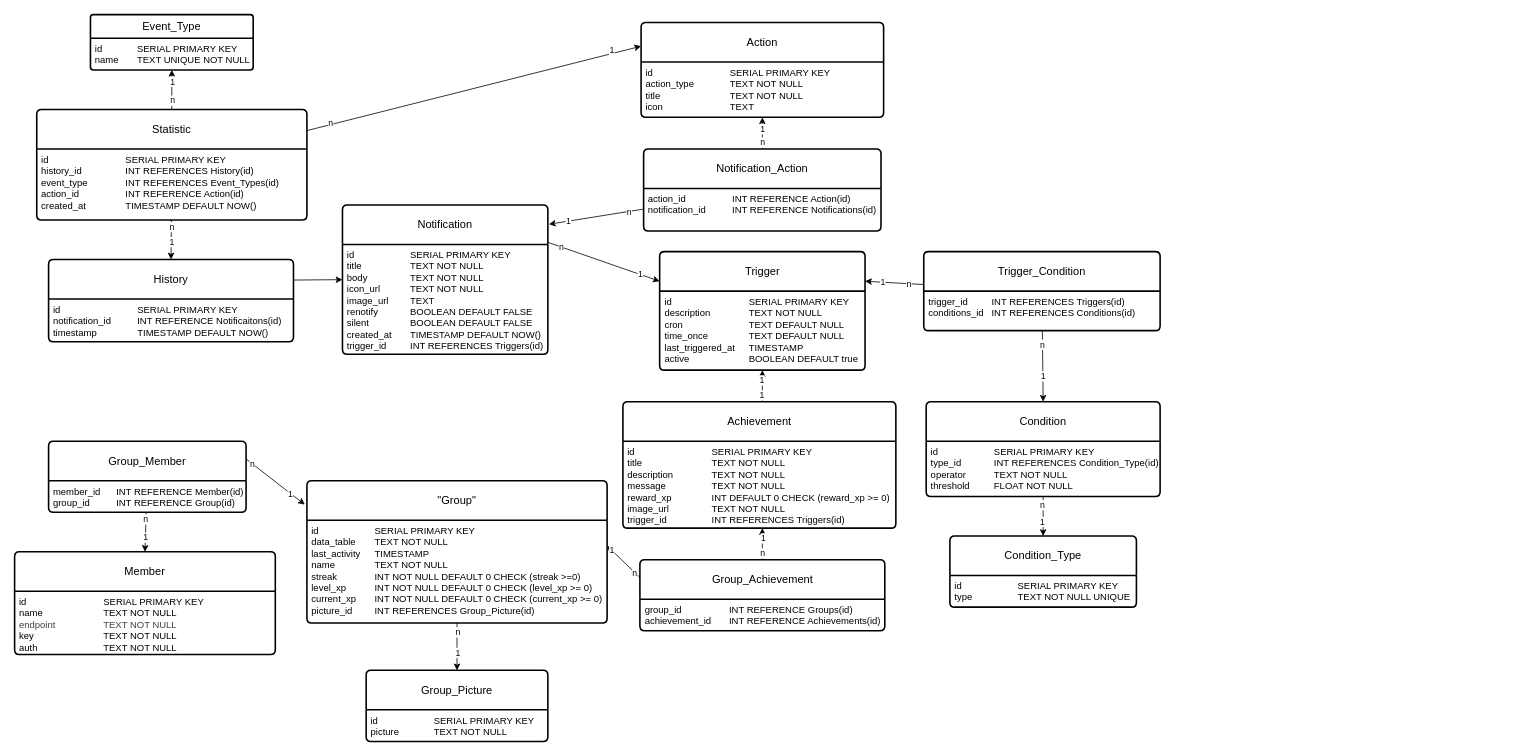
Earlier version of the draw.io diagram Database/docs/database_construction.drawio (olHannes/WebPush-Docs). Source tidied: cells renumbered, new cells numbered last; positions are measured from the earlier drawing's top-left corner, leaving out a move shared by most shapes. Both pictures are drawn from the tidied source at 79%, with x=0, y=0 at pixel (14, 14).
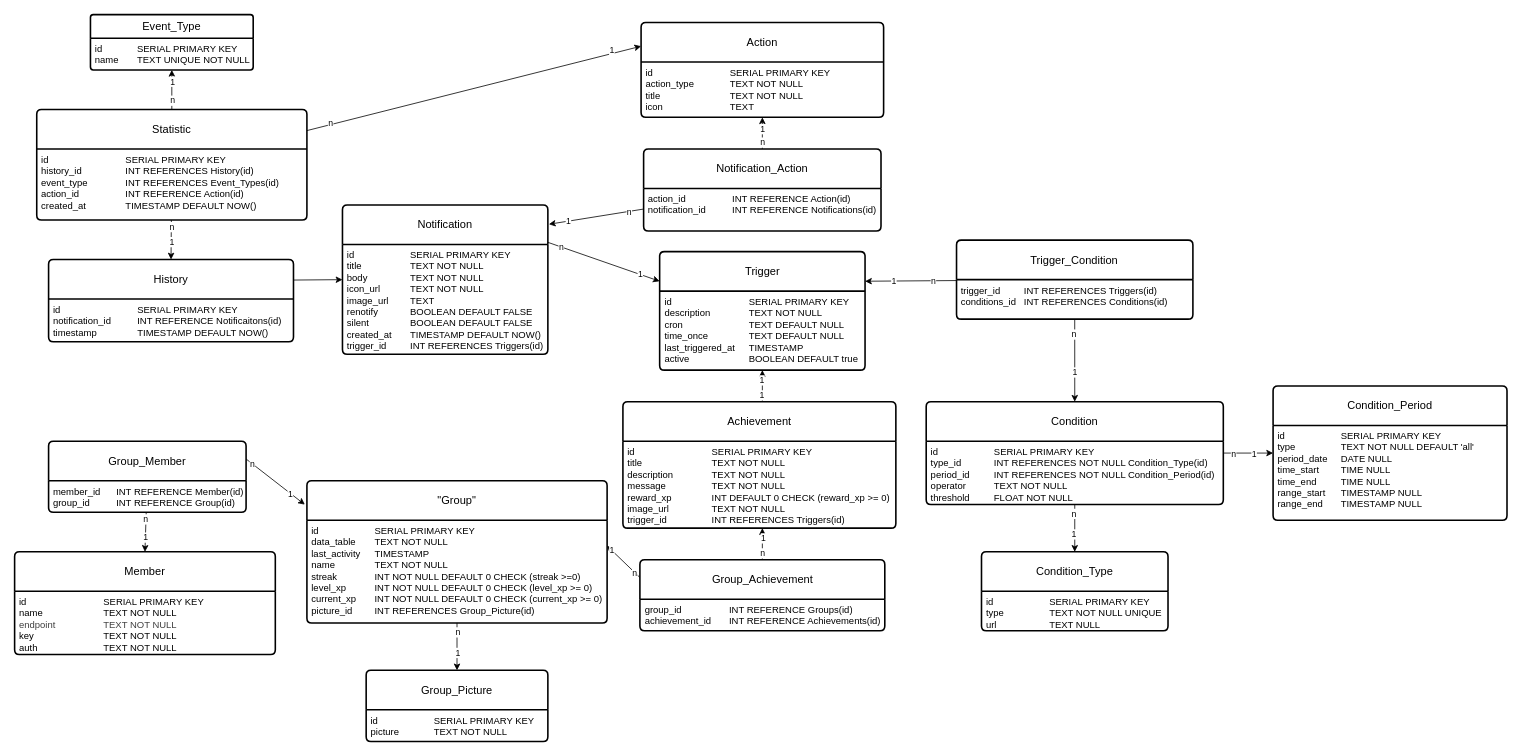
After the change.

Commit message (it also covers changes not shown here):
add Condition_Period

Change to the diagram source:
```diff
@@
     <mxCell id="60" value="Condition" style="swimlane;horizontal=1;startSize=50;rounded=1;fontSize=14;fontStyle=0;strokeWidth=2;shadow=0;dashed=0;align=center;arcSize=4;whiteSpace=wrap;html=1;" parent="1" vertex="1">
-      <mxGeometry x="1153.9" y="490" width="296.1" height="120" as="geometry" />
+      <mxGeometry x="1153.9" y="490" width="376.1" height="130" as="geometry" />
     </mxCell>
-    <mxCell id="61" value="&lt;div&gt;&lt;div&gt;&lt;div&gt;id&lt;span style=&quot;white-space: pre;&quot;&gt;&#9;&lt;/span&gt;&lt;span style=&quot;white-space: pre;&quot;&gt;&#9;&lt;/span&gt;&lt;span style=&quot;white-space: pre;&quot;&gt;&#9;&lt;/span&gt;SERIAL PRIMARY KEY&lt;/div&gt;&lt;/div&gt;&lt;/div&gt;&lt;div&gt;type_id&lt;span style=&quot;white-space: pre;&quot;&gt;&#9;&lt;/span&gt;&lt;span style=&quot;white-space: pre;&quot;&gt;&#9;&lt;/span&gt;INT REFERENCES Condition_Type(id)&lt;/div&gt;&lt;div&gt;operator&lt;span style=&quot;white-space: pre;&quot;&gt;&#9;&lt;/span&gt;&lt;span style=&quot;white-space: pre;&quot;&gt;&#9;&lt;/span&gt;TEXT NOT NULL&lt;/div&gt;&lt;div&gt;threshold&lt;span style=&quot;white-space: pre;&quot;&gt;&#9;&lt;/span&gt;&lt;span style=&quot;white-space: pre;&quot;&gt;&#9;&lt;/span&gt;FLOAT NOT NULL&lt;/div&gt;" style="align=left;strokeColor=none;fillColor=none;spacingLeft=4;fontSize=12;verticalAlign=top;html=1;" parent="60" vertex="1">
-      <mxGeometry y="50" width="296.1" height="70" as="geometry" />
+    <mxCell id="61" value="&lt;div&gt;&lt;div&gt;&lt;div&gt;id&lt;span style=&quot;white-space: pre;&quot;&gt;&#9;&lt;/span&gt;&lt;span style=&quot;white-space: pre;&quot;&gt;&#9;&lt;/span&gt;&lt;span style=&quot;white-space: pre;&quot;&gt;&#9;&lt;/span&gt;SERIAL PRIMARY KEY&lt;/div&gt;&lt;/div&gt;&lt;/div&gt;&lt;div&gt;type_id&lt;span style=&quot;white-space: pre;&quot;&gt;&#9;&lt;/span&gt;&lt;span style=&quot;white-space: pre;&quot;&gt;&#9;&lt;/span&gt;INT REFERENCES NOT NULL Condition_Type(id)&lt;/div&gt;&lt;div&gt;period_id&lt;span style=&quot;white-space: pre;&quot;&gt;&#9;&lt;/span&gt;&lt;span style=&quot;white-space: pre;&quot;&gt;&#9;&lt;/span&gt;INT REFERENCES NOT NULL Condition_Period(id)&lt;/div&gt;&lt;div&gt;operator&lt;span style=&quot;white-space: pre;&quot;&gt;&#9;&lt;/span&gt;&lt;span style=&quot;white-space: pre;&quot;&gt;&#9;&lt;/span&gt;TEXT NOT NULL&lt;/div&gt;&lt;div&gt;threshold&lt;span style=&quot;white-space: pre;&quot;&gt;&#9;&lt;/span&gt;&lt;span style=&quot;white-space: pre;&quot;&gt;&#9;&lt;/span&gt;FLOAT NOT NULL&lt;/div&gt;" style="align=left;strokeColor=none;fillColor=none;spacingLeft=4;fontSize=12;verticalAlign=top;html=1;" parent="60" vertex="1">
+      <mxGeometry y="50" width="376.1" height="80" as="geometry" />
     </mxCell>
@@
     <mxCell id="68" value="Trigger_Condition" style="swimlane;horizontal=1;startSize=50;rounded=1;fontSize=14;fontStyle=0;strokeWidth=2;shadow=0;dashed=0;align=center;arcSize=4;whiteSpace=wrap;html=1;" parent="1" vertex="1">
-      <mxGeometry x="1150.8" y="300" width="299.2" height="100" as="geometry" />
+      <mxGeometry x="1192.3" y="285.5" width="299.2" height="100" as="geometry" />
     </mxCell>
@@
     <mxCell id="75" value="Condition_Type" style="swimlane;horizontal=1;startSize=50;rounded=1;fontSize=14;fontStyle=0;strokeWidth=2;shadow=0;dashed=0;align=center;arcSize=4;whiteSpace=wrap;html=1;" parent="1" vertex="1">
-      <mxGeometry x="1183.9" y="660" width="236.1" height="90" as="geometry" />
+      <mxGeometry x="1223.9" y="680" width="236.1" height="100" as="geometry" />
     </mxCell>
-    <mxCell id="76" value="&lt;div&gt;&lt;div&gt;&lt;div&gt;id&lt;span style=&quot;white-space: pre;&quot;&gt;&#9;&lt;/span&gt;&lt;span style=&quot;white-space: pre;&quot;&gt;&#9;&lt;/span&gt;&lt;span style=&quot;white-space: pre;&quot;&gt;&#9;&lt;/span&gt;SERIAL PRIMARY KEY&lt;/div&gt;&lt;/div&gt;&lt;/div&gt;&lt;div&gt;type&lt;span style=&quot;white-space: pre;&quot;&gt;&#9;&lt;/span&gt;&lt;span style=&quot;white-space: pre;&quot;&gt;&#9;&lt;span style=&quot;white-space: pre;&quot;&gt;&#9;&lt;/span&gt;TEXT NOT NULL UNIQUE&lt;/span&gt;&lt;/div&gt;" style="align=left;strokeColor=none;fillColor=none;spacingLeft=4;fontSize=12;verticalAlign=top;html=1;" parent="75" vertex="1">
-      <mxGeometry y="50" width="236.1" height="40" as="geometry" />
+    <mxCell id="76" value="&lt;div&gt;&lt;div&gt;&lt;div&gt;id&lt;span style=&quot;white-space: pre;&quot;&gt;&#9;&lt;/span&gt;&lt;span style=&quot;white-space: pre;&quot;&gt;&#9;&lt;/span&gt;&lt;span style=&quot;white-space: pre;&quot;&gt;&#9;&lt;/span&gt;SERIAL PRIMARY KEY&lt;/div&gt;&lt;/div&gt;&lt;/div&gt;&lt;div&gt;type&lt;span style=&quot;white-space: pre;&quot;&gt;&#9;&lt;/span&gt;&lt;span style=&quot;white-space: pre;&quot;&gt;&#9;&lt;span style=&quot;white-space: pre;&quot;&gt;&#9;&lt;/span&gt;TEXT NOT NULL UNIQUE&lt;/span&gt;&lt;/div&gt;&lt;div&gt;url&lt;span style=&quot;white-space: pre;&quot;&gt;&#9;&lt;/span&gt;&lt;span style=&quot;white-space: pre;&quot;&gt;&#9;&lt;/span&gt;&lt;span style=&quot;white-space: pre;&quot;&gt;&#9;&lt;/span&gt;TEXT NULL&lt;/div&gt;" style="align=left;strokeColor=none;fillColor=none;spacingLeft=4;fontSize=12;verticalAlign=top;html=1;" parent="75" vertex="1">
+      <mxGeometry y="50" width="236.1" height="50" as="geometry" />
     </mxCell>
@@
+    <mxCell id="80" value="Condition_Period" style="swimlane;horizontal=1;startSize=50;rounded=1;fontSize=14;fontStyle=0;strokeWidth=2;shadow=0;dashed=0;align=center;arcSize=4;whiteSpace=wrap;html=1;" parent="1" vertex="1">
+      <mxGeometry x="1593" y="470" width="296.1" height="170" as="geometry" />
+    </mxCell>
+    <mxCell id="81" value="&lt;div&gt;&lt;div&gt;&lt;div&gt;id&lt;span style=&quot;white-space: pre;&quot;&gt;&#9;&lt;/span&gt;&lt;span style=&quot;white-space: pre;&quot;&gt;&#9;&lt;/span&gt;&lt;span style=&quot;white-space: pre;&quot;&gt;&#9;&lt;/span&gt;SERIAL PRIMARY KEY&lt;/div&gt;&lt;/div&gt;&lt;/div&gt;&lt;div&gt;type&lt;span style=&quot;white-space: pre;&quot;&gt;&#9;&lt;/span&gt;&lt;span style=&quot;white-space: pre;&quot;&gt;&#9;&lt;span style=&quot;white-space: pre;&quot;&gt;&#9;&lt;/span&gt;TEXT NOT NULL DEFAULT 'all'&lt;/span&gt;&lt;/div&gt;&lt;div&gt;period_date &lt;span style=&quot;white-space: pre;&quot;&gt;&#9;&lt;/span&gt;DATE NULL&lt;/div&gt;&lt;div&gt;time_start&lt;span style=&quot;white-space: pre;&quot;&gt;&#9;&lt;/span&gt;TIME NULL&lt;/div&gt;&lt;div&gt;time_end&lt;span style=&quot;white-space: pre;&quot;&gt;&#9;&lt;/span&gt;&lt;span style=&quot;white-space: pre;&quot;&gt;&#9;&lt;/span&gt;TIME NULL&lt;/div&gt;&lt;div&gt;range_start&lt;span style=&quot;white-space: pre;&quot;&gt;&#9;&lt;/span&gt;TIMESTAMP NULL&lt;/div&gt;&lt;div&gt;range_end&lt;span style=&quot;white-space: pre;&quot;&gt;&#9;&lt;/span&gt;TIMESTAMP NULL&lt;/div&gt;" style="align=left;strokeColor=none;fillColor=none;spacingLeft=4;fontSize=12;verticalAlign=top;html=1;" parent="80" vertex="1">
+      <mxGeometry y="50" width="296.1" height="120" as="geometry" />
+    </mxCell>
+    <mxCell id="82" style="edgeStyle=none;html=1;" parent="1" edge="1" source="60" target="80">
+      <mxGeometry relative="1" as="geometry" />
+    </mxCell>
+    <mxCell id="83" value="1" style="edgeLabel;html=1;align=center;verticalAlign=middle;" parent="82" vertex="1">
+      <mxGeometry x="0.22" y="-1" relative="1" as="geometry" />
+    </mxCell>
+    <mxCell id="84" value="n" style="edgeLabel;html=1;align=center;verticalAlign=middle;" parent="82" vertex="1">
+      <mxGeometry x="-0.62" y="-1" relative="1" as="geometry" />
+    </mxCell>
```
